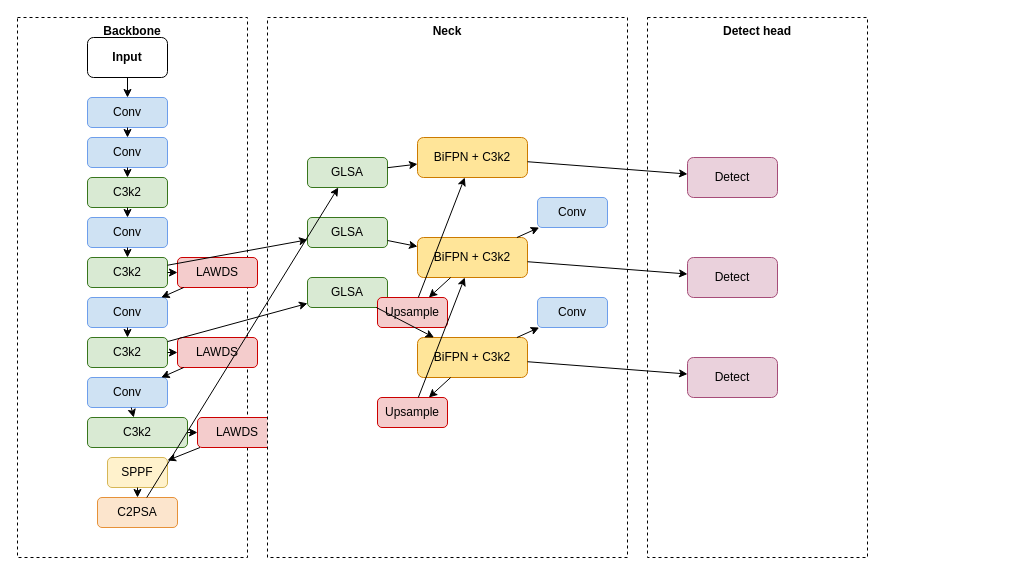
Before: paper/figure/BGL-YOLO11_overall_v2.drawio in SEMHAQ/YOLO11_VisDrone, a draw.io diagram. Source tidied: cells renumbered, new cells numbered last; positions are measured from the earlier drawing's top-left corner, leaving out a move shared by most shapes. Both pictures are drawn from the tidied source at 100%, with x=0, y=0 at pixel (17, 17).
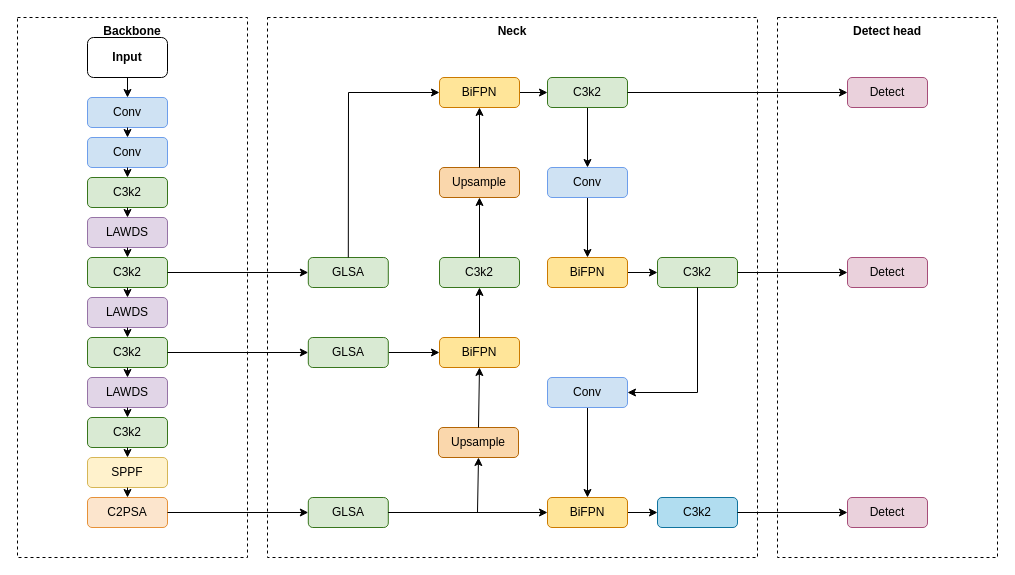
The same diagram, later.

The change refers to these unchanged cells:
```xml
<mxCell id="2" value="Backbone" style="rounded=0;whiteSpace=wrap;html=1;dashed=1;strokeColor=#000000;align=center;verticalAlign=top;fontStyle=1;" parent="1" vertex="1">
  <mxGeometry width="230" height="540" as="geometry" />
</mxCell>
<mxCell id="10" value="C3k2" style="rounded=1;whiteSpace=wrap;html=1;fillColor=#d9ead3;strokeColor=#38761d;" parent="2" vertex="1">
  <mxGeometry x="70" y="240" width="80" height="30" as="geometry" />
</mxCell>
<mxCell id="13" value="C3k2" style="rounded=1;whiteSpace=wrap;html=1;fillColor=#d9ead3;strokeColor=#38761d;" parent="2" vertex="1">
  <mxGeometry x="70" y="320" width="80" height="30" as="geometry" />
</mxCell>
```

What changed in the source:
```diff
@@
-    <mxCell id="3" value="Neck" style="rounded=0;whiteSpace=wrap;html=1;dashed=1;strokeColor=#000000;align=center;verticalAlign=top;fontStyle=1;" parent="1" vertex="1">
-      <mxGeometry x="250" width="360" height="540" as="geometry" />
-    </mxCell>
-    <mxCell id="4" value="Detect head" style="rounded=0;whiteSpace=wrap;html=1;dashed=1;strokeColor=#000000;align=center;verticalAlign=top;fontStyle=1;" parent="1" vertex="1">
-      <mxGeometry x="630" width="220" height="540" as="geometry" />
-    </mxCell>
@@
-    <mxCell id="9" value="Conv" style="rounded=1;whiteSpace=wrap;html=1;fillColor=#cfe2f3;strokeColor=#6d9eeb;" parent="2" vertex="1">
+    <mxCell id="9" value="LAWDS" style="rounded=1;whiteSpace=wrap;html=1;fillColor=#e1d5e7;strokeColor=#9673a6;" parent="2" vertex="1">
       <mxGeometry x="70" y="200" width="80" height="30" as="geometry" />
     </mxCell>
@@
-    <mxCell id="11" value="LAWDS" style="rounded=1;whiteSpace=wrap;html=1;fillColor=#f4cccc;strokeColor=#cc0000;" parent="2" vertex="1">
-      <mxGeometry x="160" y="240" width="80" height="30" as="geometry" />
-    </mxCell>
-    <mxCell id="12" value="Conv" style="rounded=1;whiteSpace=wrap;html=1;fillColor=#cfe2f3;strokeColor=#6d9eeb;" parent="2" vertex="1">
+    <mxCell id="12" value="LAWDS" style="rounded=1;whiteSpace=wrap;html=1;fillColor=#e1d5e7;strokeColor=#9673a6;" parent="2" vertex="1">
       <mxGeometry x="70" y="280" width="80" height="30" as="geometry" />
     </mxCell>
@@
-    <mxCell id="14" value="LAWDS" style="rounded=1;whiteSpace=wrap;html=1;fillColor=#f4cccc;strokeColor=#cc0000;" parent="2" vertex="1">
-      <mxGeometry x="160" y="320" width="80" height="30" as="geometry" />
-    </mxCell>
-    <mxCell id="15" value="Conv" style="rounded=1;whiteSpace=wrap;html=1;fillColor=#cfe2f3;strokeColor=#6d9eeb;" parent="2" vertex="1">
+    <mxCell id="15" value="LAWDS" style="rounded=1;whiteSpace=wrap;html=1;fillColor=#e1d5e7;strokeColor=#9673a6;" parent="2" vertex="1">
       <mxGeometry x="70" y="360" width="80" height="30" as="geometry" />
     </mxCell>
     <mxCell id="16" value="C3k2" style="rounded=1;whiteSpace=wrap;html=1;fillColor=#d9ead3;strokeColor=#38761d;" parent="2" vertex="1">
-      <mxGeometry x="70" y="400" width="100" height="30" as="geometry" />
+      <mxGeometry x="70" y="400" width="80" height="30" as="geometry" />
     </mxCell>
-    <mxCell id="17" value="LAWDS" style="rounded=1;whiteSpace=wrap;html=1;fillColor=#f4cccc;strokeColor=#cc0000;" parent="2" vertex="1">
-      <mxGeometry x="180" y="400" width="80" height="30" as="geometry" />
-    </mxCell>
     <mxCell id="18" value="SPPF" style="rounded=1;whiteSpace=wrap;html=1;fillColor=#fff2cc;strokeColor=#d6b656;" parent="2" vertex="1">
-      <mxGeometry x="90" y="440" width="60" height="30" as="geometry" />
+      <mxGeometry x="70" y="440" width="80" height="30" as="geometry" />
     </mxCell>
     <mxCell id="19" value="C2PSA" style="rounded=1;whiteSpace=wrap;html=1;fillColor=#fce5cd;strokeColor=#e69138;" parent="2" vertex="1">
-      <mxGeometry x="80" y="480" width="80" height="30" as="geometry" />
+      <mxGeometry x="70" y="480" width="80" height="30" as="geometry" />
     </mxCell>
-    <mxCell id="20" value="GLSA" style="rounded=1;whiteSpace=wrap;html=1;fillColor=#d9ead3;strokeColor=#38761d;" parent="3" vertex="1">
-      <mxGeometry x="40" y="260" width="80" height="30" as="geometry" />
-    </mxCell>
-    <mxCell id="21" value="GLSA" style="rounded=1;whiteSpace=wrap;html=1;fillColor=#d9ead3;strokeColor=#38761d;" parent="3" vertex="1">
-      <mxGeometry x="40" y="200" width="80" height="30" as="geometry" />
-    </mxCell>
-    <mxCell id="22" value="GLSA" style="rounded=1;whiteSpace=wrap;html=1;fillColor=#d9ead3;strokeColor=#38761d;" parent="3" vertex="1">
-      <mxGeometry x="40" y="140" width="80" height="30" as="geometry" />
-    </mxCell>
-    <mxCell id="23" value="BiFPN + C3k2" style="rounded=1;whiteSpace=wrap;html=1;fillColor=#ffe599;strokeColor=#cc7a00;" parent="3" vertex="1">
-      <mxGeometry x="150" y="120" width="110" height="40" as="geometry" />
-    </mxCell>
-    <mxCell id="24" value="BiFPN + C3k2" style="rounded=1;whiteSpace=wrap;html=1;fillColor=#ffe599;strokeColor=#cc7a00;" parent="3" vertex="1">
-      <mxGeometry x="150" y="220" width="110" height="40" as="geometry" />
-    </mxCell>
-    <mxCell id="25" value="BiFPN + C3k2" style="rounded=1;whiteSpace=wrap;html=1;fillColor=#ffe599;strokeColor=#cc7a00;" parent="3" vertex="1">
-      <mxGeometry x="150" y="320" width="110" height="40" as="geometry" />
-    </mxCell>
-    <mxCell id="26" value="Upsample" style="rounded=1;whiteSpace=wrap;html=1;fillColor=#f4cccc;strokeColor=#cc0000;" parent="3" vertex="1">
-      <mxGeometry x="110" y="280" width="70" height="30" as="geometry" />
-    </mxCell>
-    <mxCell id="27" value="Upsample" style="rounded=1;whiteSpace=wrap;html=1;fillColor=#f4cccc;strokeColor=#cc0000;" parent="3" vertex="1">
-      <mxGeometry x="110" y="380" width="70" height="30" as="geometry" />
-    </mxCell>
-    <mxCell id="28" value="Conv" style="rounded=1;whiteSpace=wrap;html=1;fillColor=#cfe2f3;strokeColor=#6d9eeb;" parent="3" vertex="1">
-      <mxGeometry x="270" y="180" width="70" height="30" as="geometry" />
-    </mxCell>
-    <mxCell id="29" value="Conv" style="rounded=1;whiteSpace=wrap;html=1;fillColor=#cfe2f3;strokeColor=#6d9eeb;" parent="3" vertex="1">
-      <mxGeometry x="270" y="280" width="70" height="30" as="geometry" />
-    </mxCell>
-    <mxCell id="30" value="Detect" style="rounded=1;whiteSpace=wrap;html=1;fillColor=#ead1dc;strokeColor=#a64d79;" parent="4" vertex="1">
-      <mxGeometry x="40" y="140" width="90" height="40" as="geometry" />
-    </mxCell>
-    <mxCell id="31" value="Detect" style="rounded=1;whiteSpace=wrap;html=1;fillColor=#ead1dc;strokeColor=#a64d79;" parent="4" vertex="1">
-      <mxGeometry x="40" y="240" width="90" height="40" as="geometry" />
-    </mxCell>
-    <mxCell id="32" value="Detect" style="rounded=1;whiteSpace=wrap;html=1;fillColor=#ead1dc;strokeColor=#a64d79;" parent="4" vertex="1">
-      <mxGeometry x="40" y="340" width="90" height="40" as="geometry" />
-    </mxCell>
@@
-    <mxCell id="38" parent="2" edge="1" source="10" target="11">
-      <mxGeometry relative="1" as="geometry" />
-    </mxCell>
-    <mxCell id="39" parent="2" edge="1" source="11" target="12">
-      <mxGeometry relative="1" as="geometry" />
-    </mxCell>
@@
-    <mxCell id="41" parent="2" edge="1" source="13" target="14">
-      <mxGeometry relative="1" as="geometry" />
-    </mxCell>
-    <mxCell id="42" parent="2" edge="1" source="14" target="15">
-      <mxGeometry relative="1" as="geometry" />
-    </mxCell>
@@
-    <mxCell id="44" parent="2" edge="1" source="16" target="17">
-      <mxGeometry relative="1" as="geometry" />
-    </mxCell>
-    <mxCell id="45" parent="2" edge="1" source="17" target="18">
-      <mxGeometry relative="1" as="geometry" />
-    </mxCell>
@@
-    <mxCell id="47" parent="1" edge="1" source="13" target="20">
-      <mxGeometry relative="1" as="geometry" />
-    </mxCell>
-    <mxCell id="48" parent="1" edge="1" source="10" target="21">
-      <mxGeometry relative="1" as="geometry" />
-    </mxCell>
-    <mxCell id="49" parent="1" edge="1" source="19" target="22">
-      <mxGeometry relative="1" as="geometry" />
-    </mxCell>
+    <mxCell id="62" style="endArrow=classic;html=1;rounded=0;exitX=0.5;exitY=1;exitDx=0;exitDy=0;entryX=0.5;entryY=0;entryDx=0;entryDy=0;" parent="2" edge="1" source="16" target="18">
+      <mxGeometry relative="1" as="geometry" />
+    </mxCell>
+    <mxCell id="63" style="endArrow=classic;html=1;rounded=0;exitX=0.5;exitY=1;exitDx=0;exitDy=0;entryX=0.5;entryY=0;entryDx=0;entryDy=0;" parent="2" edge="1" source="10" target="12">
+      <mxGeometry relative="1" as="geometry" />
+    </mxCell>
+    <mxCell id="64" style="endArrow=classic;html=1;rounded=0;exitX=0.5;exitY=1;exitDx=0;exitDy=0;entryX=0.5;entryY=0;entryDx=0;entryDy=0;" parent="2" edge="1" source="13" target="15">
+      <mxGeometry relative="1" as="geometry" />
+    </mxCell>
+    <mxCell id="3" value="Neck" style="rounded=0;whiteSpace=wrap;html=1;dashed=1;strokeColor=#000000;align=center;verticalAlign=top;fontStyle=1;" parent="1" vertex="1">
+      <mxGeometry x="250" width="490" height="540" as="geometry" />
+    </mxCell>
+    <mxCell id="20" value="GLSA" style="rounded=1;whiteSpace=wrap;html=1;fillColor=#d9ead3;strokeColor=#38761d;" parent="3" vertex="1">
+      <mxGeometry x="40.8" y="480" width="80" height="30" as="geometry" />
+    </mxCell>
+    <mxCell id="65" style="edgeStyle=orthogonalEdgeStyle;rounded=0;jettySize=auto;html=1;" parent="3" edge="1" source="21" target="70">
+      <mxGeometry relative="1" as="geometry" />
+    </mxCell>
+    <mxCell id="21" value="GLSA" style="rounded=1;whiteSpace=wrap;html=1;fillColor=#d9ead3;strokeColor=#38761d;" parent="3" vertex="1">
+      <mxGeometry x="40.8" y="320" width="80" height="30" as="geometry" />
+    </mxCell>
+    <mxCell id="22" value="GLSA" style="rounded=1;whiteSpace=wrap;html=1;fillColor=#d9ead3;strokeColor=#38761d;" parent="3" vertex="1">
+      <mxGeometry x="40.8" y="240" width="80" height="30" as="geometry" />
+    </mxCell>
+    <mxCell id="66" style="edgeStyle=orthogonalEdgeStyle;rounded=0;jettySize=auto;html=1;" parent="3" edge="1" source="25" target="67">
+      <mxGeometry relative="1" as="geometry" />
+    </mxCell>
+    <mxCell id="25" value="BiFPN" style="rounded=1;whiteSpace=wrap;html=1;fillColor=#ffe599;strokeColor=#cc7a00;" parent="3" vertex="1">
+      <mxGeometry x="280" y="480" width="80" height="30" as="geometry" />
+    </mxCell>
-    <mxCell id="50" parent="3" edge="1" source="20" target="25">
+    <mxCell id="50" style="endArrow=classic;html=1;rounded=0;exitX=1;exitY=0.5;exitDx=0;exitDy=0;entryX=0;entryY=0.5;entryDx=0;entryDy=0;" parent="3" edge="1" source="20" target="25">
       <mxGeometry relative="1" as="geometry" />
     </mxCell>
-    <mxCell id="51" parent="3" edge="1" source="21" target="24">
-      <mxGeometry relative="1" as="geometry" />
-    </mxCell>
-    <mxCell id="52" parent="3" edge="1" source="22" target="23">
-      <mxGeometry relative="1" as="geometry" />
-    </mxCell>
-    <mxCell id="53" parent="3" edge="1" source="25" target="27">
-      <mxGeometry relative="1" as="geometry" />
-    </mxCell>
-    <mxCell id="54" parent="3" edge="1" source="27" target="24">
-      <mxGeometry relative="1" as="geometry" />
-    </mxCell>
-    <mxCell id="55" parent="3" edge="1" source="24" target="26">
-      <mxGeometry relative="1" as="geometry" />
-    </mxCell>
-    <mxCell id="56" parent="3" edge="1" source="26" target="23">
-      <mxGeometry relative="1" as="geometry" />
-    </mxCell>
-    <mxCell id="57" parent="3" edge="1" source="24" target="28">
-      <mxGeometry relative="1" as="geometry" />
-    </mxCell>
-    <mxCell id="58" parent="3" edge="1" source="25" target="29">
-      <mxGeometry relative="1" as="geometry" />
-    </mxCell>
-    <mxCell id="59" parent="1" edge="1" source="23" target="30">
-      <mxGeometry relative="1" as="geometry" />
-    </mxCell>
-    <mxCell id="60" parent="1" edge="1" source="24" target="31">
-      <mxGeometry relative="1" as="geometry" />
-    </mxCell>
-    <mxCell id="61" parent="1" edge="1" source="25" target="32">
-      <mxGeometry relative="1" as="geometry" />
-    </mxCell>
+    <mxCell id="67" value="C3k2" style="rounded=1;whiteSpace=wrap;html=1;fillColor=#b1ddf0;strokeColor=#10739e;" parent="3" vertex="1">
+      <mxGeometry x="390" y="480" width="80" height="30" as="geometry" />
+    </mxCell>
+    <mxCell id="68" value="Upsample" style="rounded=1;whiteSpace=wrap;html=1;fillColor=#fad7ac;strokeColor=#b46504;" parent="3" vertex="1">
+      <mxGeometry x="171" y="410" width="80" height="30" as="geometry" />
+    </mxCell>
+    <mxCell id="69" style="endArrow=classic;html=1;rounded=0;entryX=0.5;entryY=1;entryDx=0;entryDy=0;exitX=1;exitY=0.5;exitDx=0;exitDy=0;" parent="3" edge="1" source="20" target="68">
+      <mxGeometry relative="1" as="geometry">
+        <Array as="points">
+          <mxPoint x="210" y="495" />
+        </Array>
+      </mxGeometry>
+    </mxCell>
+    <mxCell id="70" value="BiFPN" style="rounded=1;whiteSpace=wrap;html=1;fillColor=#ffe599;strokeColor=#cc7a00;" parent="3" vertex="1">
+      <mxGeometry x="172" y="320" width="80" height="30" as="geometry" />
+    </mxCell>
+    <mxCell id="71" style="endArrow=classic;html=1;rounded=0;exitX=0.5;exitY=0;exitDx=0;exitDy=0;entryX=0.5;entryY=1;entryDx=0;entryDy=0;" parent="3" edge="1" source="68" target="70">
+      <mxGeometry relative="1" as="geometry" />
+    </mxCell>
+    <mxCell id="72" value="C3k2" style="rounded=1;whiteSpace=wrap;html=1;fillColor=#d9ead3;strokeColor=#38761d;" parent="3" vertex="1">
+      <mxGeometry x="172" y="240" width="80" height="30" as="geometry" />
+    </mxCell>
+    <mxCell id="73" style="endArrow=classic;html=1;rounded=0;exitX=0.5;exitY=0;exitDx=0;exitDy=0;entryX=0.5;entryY=1;entryDx=0;entryDy=0;" parent="3" edge="1" source="70" target="72">
+      <mxGeometry relative="1" as="geometry" />
+    </mxCell>
+    <mxCell id="74" value="Upsample" style="rounded=1;whiteSpace=wrap;html=1;fillColor=#fad7ac;strokeColor=#b46504;" parent="3" vertex="1">
+      <mxGeometry x="172" y="150" width="80" height="30" as="geometry" />
+    </mxCell>
+    <mxCell id="75" style="endArrow=classic;html=1;rounded=0;exitX=0.5;exitY=0;exitDx=0;exitDy=0;entryX=0.5;entryY=1;entryDx=0;entryDy=0;" parent="3" edge="1" source="72" target="74">
+      <mxGeometry relative="1" as="geometry" />
+    </mxCell>
+    <mxCell id="76" style="edgeStyle=orthogonalEdgeStyle;rounded=0;jettySize=auto;html=1;" parent="3" edge="1" source="77" target="81">
+      <mxGeometry relative="1" as="geometry" />
+    </mxCell>
+    <mxCell id="77" value="BiFPN" style="rounded=1;whiteSpace=wrap;html=1;fillColor=#ffe599;strokeColor=#cc7a00;" parent="3" vertex="1">
+      <mxGeometry x="172" y="60" width="80" height="30" as="geometry" />
+    </mxCell>
+    <mxCell id="78" style="endArrow=classic;html=1;rounded=0;exitX=0.5;exitY=0;exitDx=0;exitDy=0;entryX=0.5;entryY=1;entryDx=0;entryDy=0;" parent="3" edge="1" source="74" target="77">
+      <mxGeometry relative="1" as="geometry" />
+    </mxCell>
+    <mxCell id="79" style="endArrow=classic;html=1;rounded=0;exitX=0.5;exitY=0;exitDx=0;exitDy=0;entryX=0;entryY=0.5;entryDx=0;entryDy=0;" parent="3" edge="1" source="22" target="77">
+      <mxGeometry relative="1" as="geometry">
+        <Array as="points">
+          <mxPoint x="81" y="75" />
+        </Array>
+      </mxGeometry>
+    </mxCell>
+    <mxCell id="80" style="edgeStyle=orthogonalEdgeStyle;rounded=0;jettySize=auto;html=1;" parent="3" edge="1" source="81" target="83">
+      <mxGeometry relative="1" as="geometry" />
+    </mxCell>
+    <mxCell id="81" value="C3k2" style="rounded=1;whiteSpace=wrap;html=1;fillColor=#d9ead3;strokeColor=#38761d;" parent="3" vertex="1">
+      <mxGeometry x="280" y="60" width="80" height="30" as="geometry" />
+    </mxCell>
+    <mxCell id="82" style="edgeStyle=orthogonalEdgeStyle;rounded=0;jettySize=auto;html=1;" parent="3" edge="1" source="83" target="85">
+      <mxGeometry relative="1" as="geometry" />
+    </mxCell>
+    <mxCell id="83" value="Conv" style="rounded=1;whiteSpace=wrap;html=1;fillColor=#cfe2f3;strokeColor=#6d9eeb;" parent="3" vertex="1">
+      <mxGeometry x="280" y="150" width="80" height="30" as="geometry" />
+    </mxCell>
+    <mxCell id="84" style="edgeStyle=orthogonalEdgeStyle;rounded=0;jettySize=auto;html=1;" parent="3" edge="1" source="85" target="86">
+      <mxGeometry relative="1" as="geometry" />
+    </mxCell>
+    <mxCell id="85" value="BiFPN" style="rounded=1;whiteSpace=wrap;html=1;fillColor=#ffe599;strokeColor=#cc7a00;" parent="3" vertex="1">
+      <mxGeometry x="280" y="240" width="80" height="30" as="geometry" />
+    </mxCell>
+    <mxCell id="86" value="C3k2" style="rounded=1;whiteSpace=wrap;html=1;fillColor=#d9ead3;strokeColor=#38761d;" parent="3" vertex="1">
+      <mxGeometry x="390" y="240" width="80" height="30" as="geometry" />
+    </mxCell>
+    <mxCell id="87" style="edgeStyle=orthogonalEdgeStyle;rounded=0;jettySize=auto;html=1;" parent="3" edge="1" source="88" target="25">
+      <mxGeometry relative="1" as="geometry" />
+    </mxCell>
+    <mxCell id="88" value="Conv" style="rounded=1;whiteSpace=wrap;html=1;fillColor=#cfe2f3;strokeColor=#6d9eeb;" parent="3" vertex="1">
+      <mxGeometry x="280" y="360" width="80" height="30" as="geometry" />
+    </mxCell>
+    <mxCell id="89" style="endArrow=classic;html=1;rounded=0;exitX=0.5;exitY=1;exitDx=0;exitDy=0;entryX=1;entryY=0.5;entryDx=0;entryDy=0;" parent="3" edge="1" source="86" target="88">
+      <mxGeometry relative="1" as="geometry">
+        <Array as="points">
+          <mxPoint x="430" y="375" />
+        </Array>
+      </mxGeometry>
+    </mxCell>
+    <mxCell id="4" value="Detect head" style="rounded=0;whiteSpace=wrap;html=1;dashed=1;strokeColor=#000000;align=center;verticalAlign=top;fontStyle=1;" parent="1" vertex="1">
+      <mxGeometry x="760" width="220" height="540" as="geometry" />
+    </mxCell>
+    <mxCell id="30" value="Detect" style="rounded=1;whiteSpace=wrap;html=1;fillColor=#ead1dc;strokeColor=#a64d79;" parent="4" vertex="1">
+      <mxGeometry x="70" y="60" width="80" height="30" as="geometry" />
+    </mxCell>
+    <mxCell id="31" value="Detect" style="rounded=1;whiteSpace=wrap;html=1;fillColor=#ead1dc;strokeColor=#a64d79;" parent="4" vertex="1">
+      <mxGeometry x="70" y="240" width="80" height="30" as="geometry" />
+    </mxCell>
+    <mxCell id="32" value="Detect" style="rounded=1;whiteSpace=wrap;html=1;fillColor=#ead1dc;strokeColor=#a64d79;" parent="4" vertex="1">
+      <mxGeometry x="70" y="480" width="80" height="30" as="geometry" />
+    </mxCell>
+    <mxCell id="90" style="endArrow=classic;html=1;rounded=0;exitX=1;exitY=0.5;exitDx=0;exitDy=0;entryX=0;entryY=0.5;entryDx=0;entryDy=0;" parent="1" edge="1" source="10" target="22">
+      <mxGeometry relative="1" as="geometry" />
+    </mxCell>
+    <mxCell id="91" style="endArrow=classic;html=1;rounded=0;exitX=1;exitY=0.5;exitDx=0;exitDy=0;entryX=0;entryY=0.5;entryDx=0;entryDy=0;" parent="1" edge="1" source="13" target="21">
+      <mxGeometry relative="1" as="geometry" />
+    </mxCell>
+    <mxCell id="92" style="endArrow=classic;html=1;rounded=0;exitX=1;exitY=0.5;exitDx=0;exitDy=0;entryX=0;entryY=0.5;entryDx=0;entryDy=0;" parent="1" edge="1" source="19" target="20">
+      <mxGeometry relative="1" as="geometry" />
+    </mxCell>
+    <mxCell id="93" style="edgeStyle=orthogonalEdgeStyle;rounded=0;jettySize=auto;html=1;" parent="1" edge="1" source="67" target="32">
+      <mxGeometry relative="1" as="geometry" />
+    </mxCell>
+    <mxCell id="94" style="edgeStyle=orthogonalEdgeStyle;rounded=0;jettySize=auto;html=1;" parent="1" edge="1" source="86" target="31">
+      <mxGeometry relative="1" as="geometry" />
+    </mxCell>
+    <mxCell id="95" style="endArrow=classic;html=1;rounded=0;exitX=1;exitY=0.5;exitDx=0;exitDy=0;entryX=0;entryY=0.5;entryDx=0;entryDy=0;" parent="1" edge="1" source="81" target="30">
+      <mxGeometry relative="1" as="geometry" />
+    </mxCell>
```
